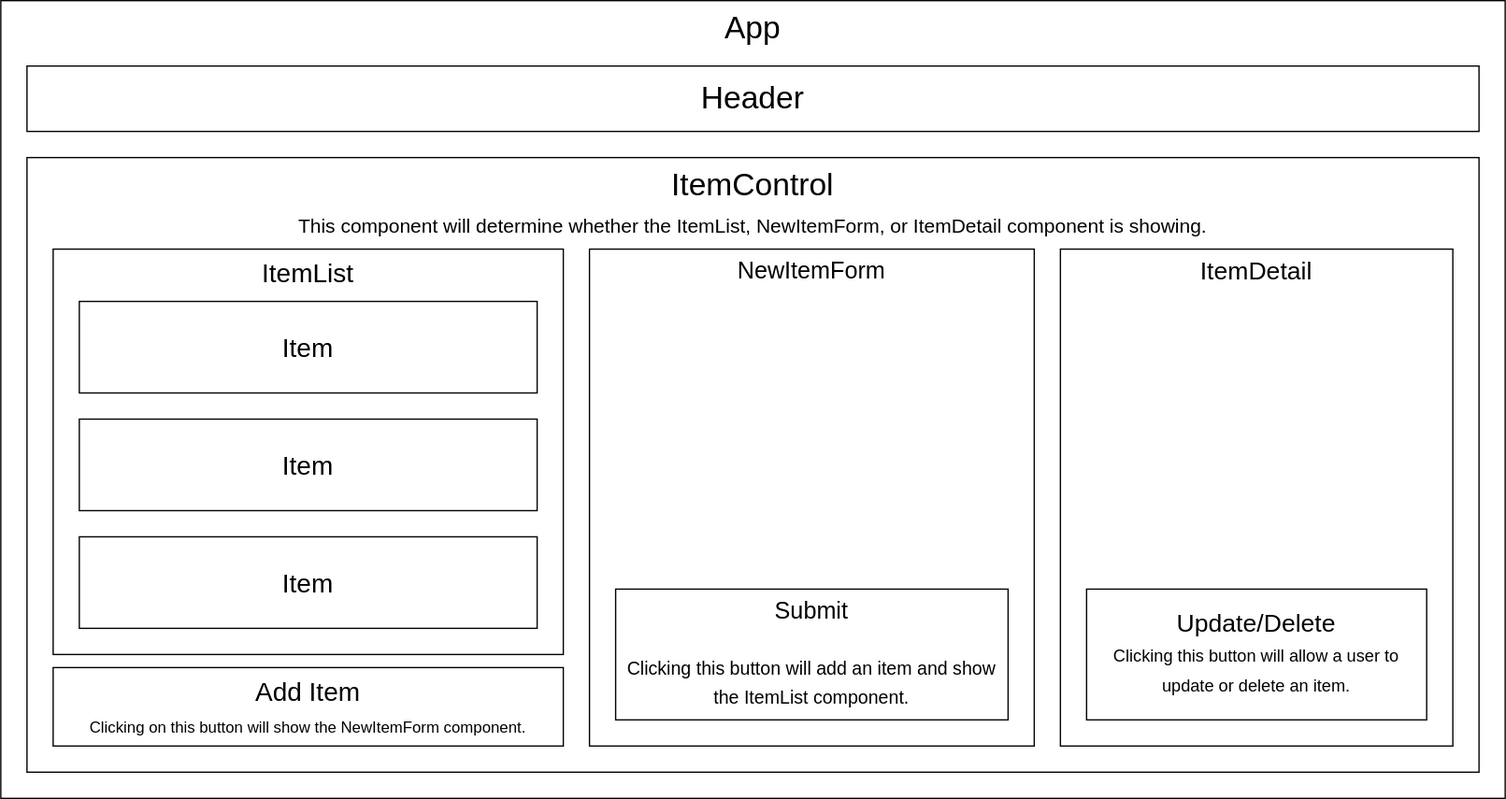
Above: coffee_shop_diagram.drawio.svg in besure94/coffee-shop (draw.io), before the change. Source tidied: cells renumbered, new cells last; positions are measured from the earlier drawing's top-left corner, leaving out a move shared by most shapes. The source it was exported from:
```xml
<mxGraphModel>
  <root>
    <mxCell id="0" />
    <mxCell id="1" parent="0" />
    <mxCell id="2" value="&lt;font style=&quot;font-size: 24px;&quot;&gt;App&lt;/font&gt;" style="rounded=0;whiteSpace=wrap;html=1;verticalAlign=top;" parent="1" vertex="1">
      <mxGeometry width="1150" height="610" as="geometry" />
    </mxCell>
    <mxCell id="3" value="Header" style="rounded=0;whiteSpace=wrap;html=1;fontSize=24;" parent="1" vertex="1">
      <mxGeometry x="20" y="50" width="1110" height="50" as="geometry" />
    </mxCell>
    <mxCell id="4" value="ItemControl&lt;br&gt;&lt;font style=&quot;font-size: 15px;&quot;&gt;This component will determine whether the ItemList, NewItemForm, or ItemDetail component is showing.&lt;/font&gt;" style="rounded=0;whiteSpace=wrap;html=1;fontSize=24;verticalAlign=top;" parent="1" vertex="1">
      <mxGeometry x="20" y="120" width="1110" height="470" as="geometry" />
    </mxCell>
    <mxCell id="5" value="&lt;font style=&quot;font-size: 20px;&quot;&gt;ItemList&lt;/font&gt;" style="rounded=0;whiteSpace=wrap;html=1;fontSize=15;verticalAlign=top;" parent="1" vertex="1">
      <mxGeometry x="40" y="190" width="390" height="310" as="geometry" />
    </mxCell>
    <mxCell id="6" value="&lt;font style=&quot;font-size: 18px;&quot;&gt;NewItemForm&lt;/font&gt;" style="rounded=0;whiteSpace=wrap;html=1;fontSize=15;verticalAlign=top;" parent="1" vertex="1">
      <mxGeometry x="450" y="190" width="340" height="380" as="geometry" />
    </mxCell>
    <mxCell id="7" value="Item" style="rounded=0;whiteSpace=wrap;html=1;fontSize=20;" parent="1" vertex="1">
      <mxGeometry x="60" y="230" width="350" height="70" as="geometry" />
    </mxCell>
    <mxCell id="8" value="Item" style="rounded=0;whiteSpace=wrap;html=1;fontSize=20;" parent="1" vertex="1">
      <mxGeometry x="60" y="320" width="350" height="70" as="geometry" />
    </mxCell>
    <mxCell id="9" value="Item" style="rounded=0;whiteSpace=wrap;html=1;fontSize=20;" parent="1" vertex="1">
      <mxGeometry x="60" y="410" width="350" height="70" as="geometry" />
    </mxCell>
    <mxCell id="10" value="Add Item&lt;br&gt;&lt;font style=&quot;font-size: 12px;&quot;&gt;Clicking on this button will show the NewItemForm component.&lt;/font&gt;" style="rounded=0;whiteSpace=wrap;html=1;fontSize=20;verticalAlign=top;" parent="1" vertex="1">
      <mxGeometry x="40" y="510" width="390" height="60" as="geometry" />
    </mxCell>
    <mxCell id="11" value="Submit&lt;br&gt;&lt;br&gt;&lt;font style=&quot;font-size: 14px;&quot;&gt;Clicking this button will add an item and show the ItemList component.&lt;/font&gt;" style="rounded=0;whiteSpace=wrap;html=1;fontSize=18;verticalAlign=top;" parent="1" vertex="1">
      <mxGeometry x="470" y="450" width="300" height="100" as="geometry" />
    </mxCell>
    <mxCell id="12" value="&lt;font style=&quot;font-size: 19px;&quot;&gt;ItemDetail&lt;/font&gt;" style="rounded=0;whiteSpace=wrap;html=1;fontSize=14;verticalAlign=top;" parent="1" vertex="1">
      <mxGeometry x="810" y="190" width="300" height="380" as="geometry" />
    </mxCell>
    <mxCell id="13" value="Update/Delete&lt;br&gt;&lt;font style=&quot;font-size: 13px;&quot;&gt;Clicking this button will allow a user to update or delete an item.&lt;/font&gt;" style="rounded=0;whiteSpace=wrap;html=1;fontSize=19;" parent="1" vertex="1">
      <mxGeometry x="830" y="450" width="260" height="100" as="geometry" />
    </mxCell>
  </root>
</mxGraphModel>
```
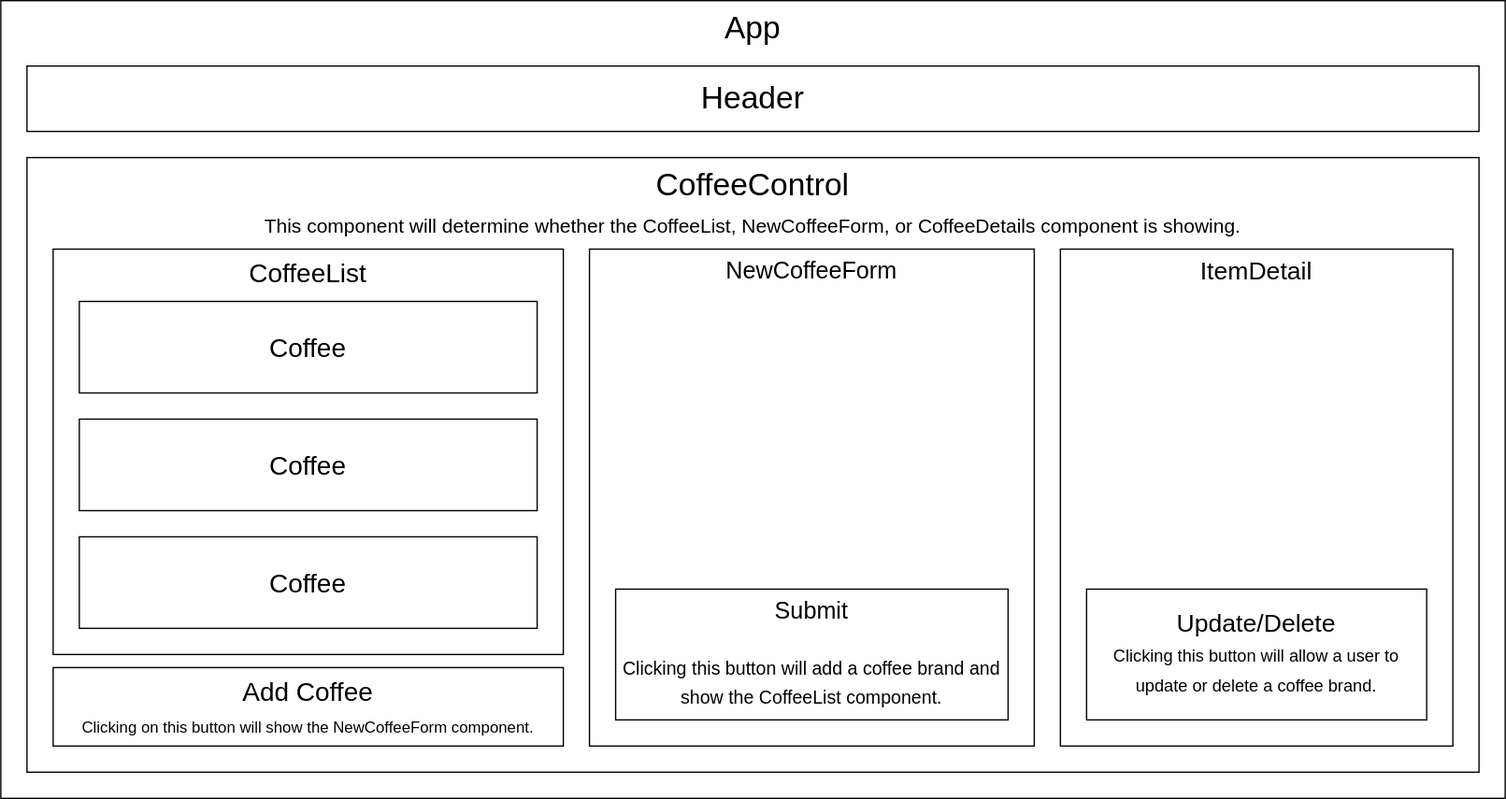
After the commit.

Commit message:
Rename 'Item' to 'Coffee' in diagram and across all components. Add functionality to add a Coffee to the list.

Change to the diagram source:
```diff
@@ -8,34 +8,34 @@
     <mxCell id="3" value="Header" style="rounded=0;whiteSpace=wrap;html=1;fontSize=24;" parent="1" vertex="1">
       <mxGeometry x="20" y="50" width="1110" height="50" as="geometry" />
     </mxCell>
-    <mxCell id="4" value="ItemControl&lt;br&gt;&lt;font style=&quot;font-size: 15px;&quot;&gt;This component will determine whether the ItemList, NewItemForm, or ItemDetail component is showing.&lt;/font&gt;" style="rounded=0;whiteSpace=wrap;html=1;fontSize=24;verticalAlign=top;" parent="1" vertex="1">
+    <mxCell id="4" value="CoffeeControl&lt;br&gt;&lt;font style=&quot;font-size: 15px;&quot;&gt;This component will determine whether the CoffeeList, NewCoffeeForm, or CoffeeDetails component is showing.&lt;/font&gt;" style="rounded=0;whiteSpace=wrap;html=1;fontSize=24;verticalAlign=top;" parent="1" vertex="1">
       <mxGeometry x="20" y="120" width="1110" height="470" as="geometry" />
     </mxCell>
-    <mxCell id="5" value="&lt;font style=&quot;font-size: 20px;&quot;&gt;ItemList&lt;/font&gt;" style="rounded=0;whiteSpace=wrap;html=1;fontSize=15;verticalAlign=top;" parent="1" vertex="1">
+    <mxCell id="5" value="&lt;font style=&quot;font-size: 20px;&quot;&gt;CoffeeList&lt;/font&gt;" style="rounded=0;whiteSpace=wrap;html=1;fontSize=15;verticalAlign=top;" parent="1" vertex="1">
       <mxGeometry x="40" y="190" width="390" height="310" as="geometry" />
     </mxCell>
-    <mxCell id="6" value="&lt;font style=&quot;font-size: 18px;&quot;&gt;NewItemForm&lt;/font&gt;" style="rounded=0;whiteSpace=wrap;html=1;fontSize=15;verticalAlign=top;" parent="1" vertex="1">
+    <mxCell id="6" value="&lt;font style=&quot;font-size: 18px;&quot;&gt;NewCoffeeForm&lt;/font&gt;" style="rounded=0;whiteSpace=wrap;html=1;fontSize=15;verticalAlign=top;" parent="1" vertex="1">
       <mxGeometry x="450" y="190" width="340" height="380" as="geometry" />
     </mxCell>
-    <mxCell id="7" value="Item" style="rounded=0;whiteSpace=wrap;html=1;fontSize=20;" parent="1" vertex="1">
+    <mxCell id="7" value="Coffee" style="rounded=0;whiteSpace=wrap;html=1;fontSize=20;" parent="1" vertex="1">
       <mxGeometry x="60" y="230" width="350" height="70" as="geometry" />
     </mxCell>
-    <mxCell id="8" value="Item" style="rounded=0;whiteSpace=wrap;html=1;fontSize=20;" parent="1" vertex="1">
+    <mxCell id="8" value="Coffee" style="rounded=0;whiteSpace=wrap;html=1;fontSize=20;" parent="1" vertex="1">
       <mxGeometry x="60" y="320" width="350" height="70" as="geometry" />
     </mxCell>
-    <mxCell id="9" value="Item" style="rounded=0;whiteSpace=wrap;html=1;fontSize=20;" parent="1" vertex="1">
+    <mxCell id="9" value="Coffee" style="rounded=0;whiteSpace=wrap;html=1;fontSize=20;" parent="1" vertex="1">
       <mxGeometry x="60" y="410" width="350" height="70" as="geometry" />
     </mxCell>
-    <mxCell id="10" value="Add Item&lt;br&gt;&lt;font style=&quot;font-size: 12px;&quot;&gt;Clicking on this button will show the NewItemForm component.&lt;/font&gt;" style="rounded=0;whiteSpace=wrap;html=1;fontSize=20;verticalAlign=top;" parent="1" vertex="1">
+    <mxCell id="10" value="Add Coffee&lt;br&gt;&lt;font style=&quot;font-size: 12px;&quot;&gt;Clicking on this button will show the NewCoffeeForm component.&lt;/font&gt;" style="rounded=0;whiteSpace=wrap;html=1;fontSize=20;verticalAlign=top;" parent="1" vertex="1">
       <mxGeometry x="40" y="510" width="390" height="60" as="geometry" />
     </mxCell>
-    <mxCell id="11" value="Submit&lt;br&gt;&lt;br&gt;&lt;font style=&quot;font-size: 14px;&quot;&gt;Clicking this button will add an item and show the ItemList component.&lt;/font&gt;" style="rounded=0;whiteSpace=wrap;html=1;fontSize=18;verticalAlign=top;" parent="1" vertex="1">
+    <mxCell id="11" value="Submit&lt;br&gt;&lt;br&gt;&lt;font style=&quot;font-size: 14px;&quot;&gt;Clicking this button will add a coffee brand and show the CoffeeList component.&lt;/font&gt;" style="rounded=0;whiteSpace=wrap;html=1;fontSize=18;verticalAlign=top;" parent="1" vertex="1">
       <mxGeometry x="470" y="450" width="300" height="100" as="geometry" />
     </mxCell>
     <mxCell id="12" value="&lt;font style=&quot;font-size: 19px;&quot;&gt;ItemDetail&lt;/font&gt;" style="rounded=0;whiteSpace=wrap;html=1;fontSize=14;verticalAlign=top;" parent="1" vertex="1">
       <mxGeometry x="810" y="190" width="300" height="380" as="geometry" />
     </mxCell>
-    <mxCell id="13" value="Update/Delete&lt;br&gt;&lt;font style=&quot;font-size: 13px;&quot;&gt;Clicking this button will allow a user to update or delete an item.&lt;/font&gt;" style="rounded=0;whiteSpace=wrap;html=1;fontSize=19;" parent="1" vertex="1">
+    <mxCell id="13" value="Update/Delete&lt;br&gt;&lt;font style=&quot;font-size: 13px;&quot;&gt;Clicking this button will allow a user to update or delete a coffee brand.&lt;/font&gt;" style="rounded=0;whiteSpace=wrap;html=1;fontSize=19;" parent="1" vertex="1">
       <mxGeometry x="830" y="450" width="260" height="100" as="geometry" />
     </mxCell>
   </root>
```
